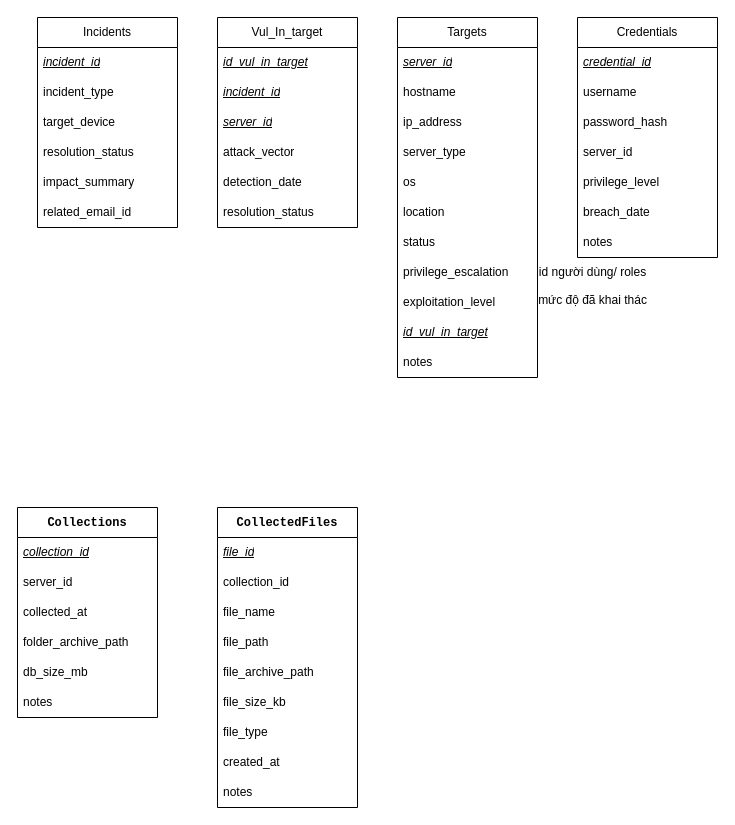
Earlier version of the draw.io diagram Python/DB-DoAn.drawio (TranKuBao/Try_hard_Code). Source tidied: cells renumbered, new cells numbered last; positions are measured from the earlier drawing's top-left corner, leaving out a move shared by most shapes. Both pictures are drawn from the tidied source at 100%, with x=0, y=0 at pixel (17, 17).
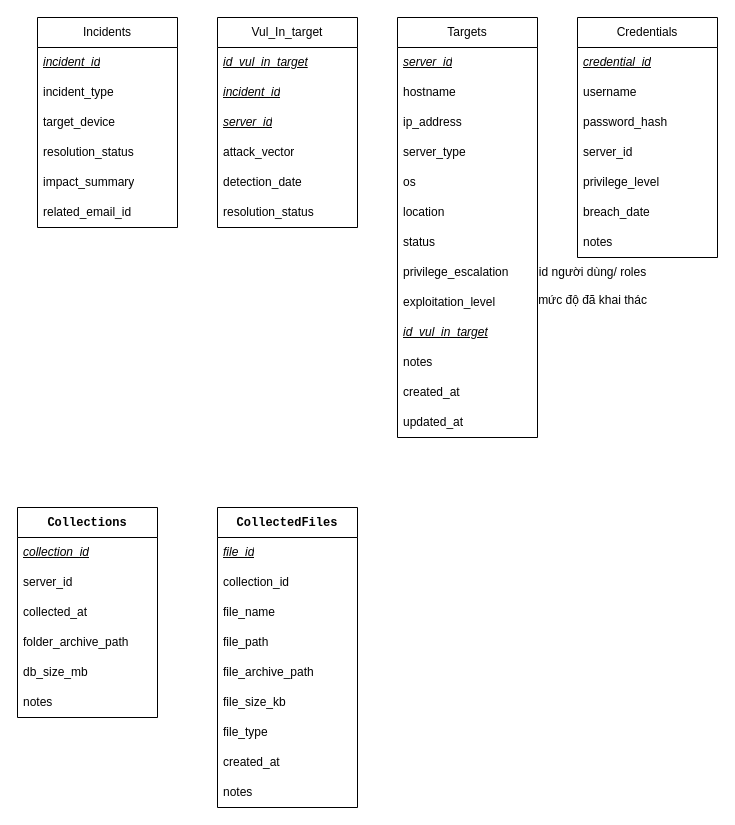
The same diagram, later.

Change to the diagram source:
```diff
@@
     <mxCell id="2" value="Targets" style="swimlane;fontStyle=0;horizontal=1;startSize=30;whiteSpace=wrap;html=1;" parent="1" vertex="1">
-      <mxGeometry x="380" width="140" height="360" as="geometry" />
+      <mxGeometry x="380" width="140" height="420" as="geometry" />
     </mxCell>
@@
+    <mxCell id="55" value="created_at" style="text;strokeColor=none;fillColor=none;align=left;verticalAlign=middle;spacingLeft=4;spacingRight=4;overflow=hidden;whiteSpace=wrap;html=1;" parent="2" vertex="1">
+      <mxGeometry y="360" width="140" height="30" as="geometry" />
+    </mxCell>
+    <mxCell id="56" value="updated_at" style="text;strokeColor=none;fillColor=none;align=left;verticalAlign=middle;spacingLeft=4;spacingRight=4;overflow=hidden;whiteSpace=wrap;html=1;" parent="2" vertex="1">
+      <mxGeometry y="390" width="140" height="30" as="geometry" />
+    </mxCell>
```
